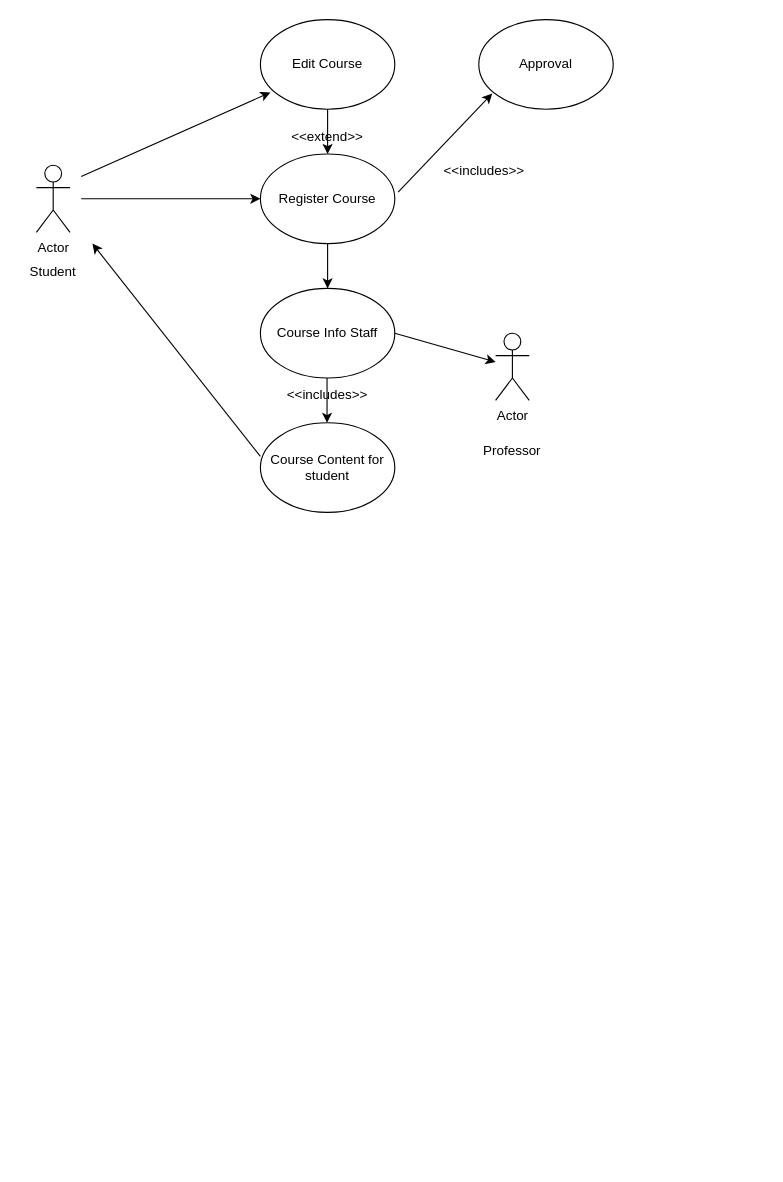
This is Untitled Diagram.drawio from adilelli/softwarereq, a draw.io file, before an edit. Source tidied: cells renumbered, new cells numbered last; positions are measured from the earlier drawing's top-left corner, leaving out a move shared by most shapes. Both pictures are drawn from the tidied source at 112%, with x=0, y=0 at pixel (19, 19).
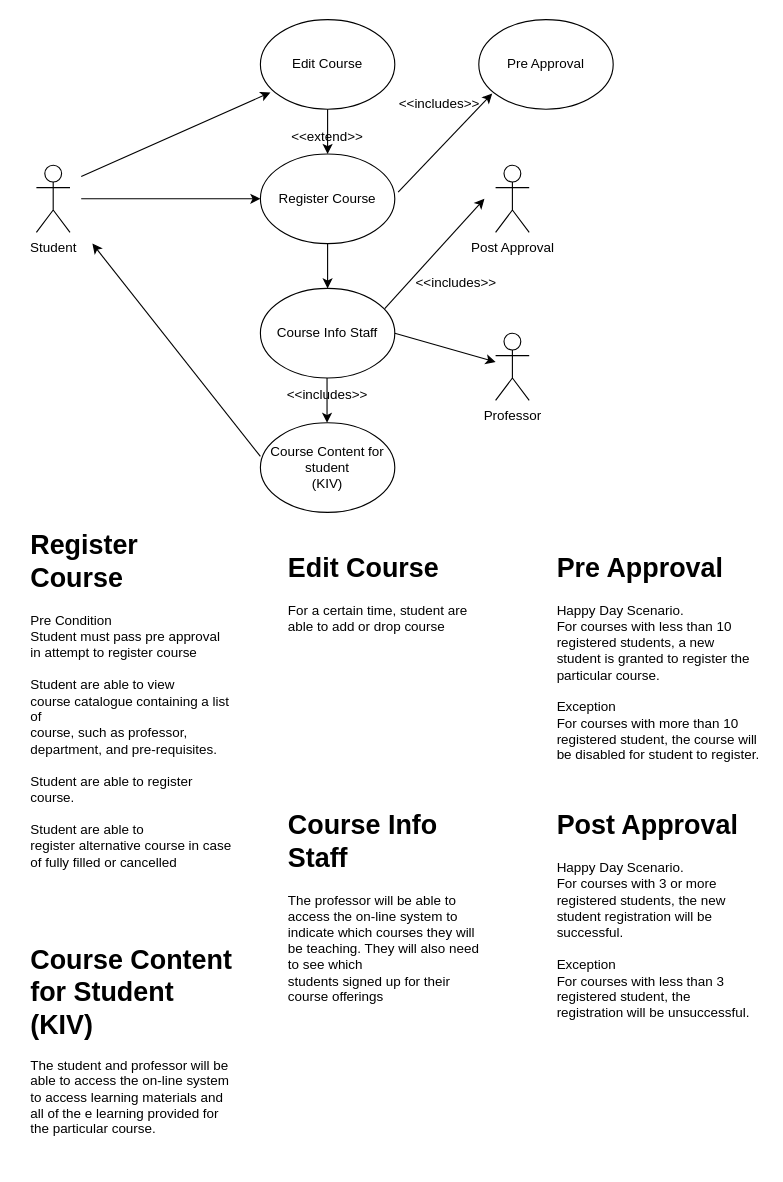
The same page after the edit.

What changed in the source:
```diff
@@
-    <mxCell id="2" value="Actor" style="shape=umlActor;verticalLabelPosition=bottom;verticalAlign=top;html=1;" parent="1" vertex="1">
+    <mxCell id="2" value="Student" style="shape=umlActor;verticalLabelPosition=bottom;verticalAlign=top;html=1;" parent="1" vertex="1">
       <mxGeometry x="15" y="130" width="30" height="60" as="geometry" />
     </mxCell>
@@
-    <mxCell id="5" value="Student" style="text;html=1;strokeColor=none;fillColor=none;align=center;verticalAlign=middle;whiteSpace=wrap;rounded=0;" parent="1" vertex="1">
-      <mxGeometry y="210" width="60" height="30" as="geometry" />
-    </mxCell>
-    <mxCell id="6" value="Actor" style="shape=umlActor;verticalLabelPosition=bottom;verticalAlign=top;html=1;outlineConnect=0;" parent="1" vertex="1">
+    <mxCell id="6" value="Professor" style="shape=umlActor;verticalLabelPosition=bottom;verticalAlign=top;html=1;outlineConnect=0;" parent="1" vertex="1">
       <mxGeometry x="425" y="280" width="30" height="60" as="geometry" />
     </mxCell>
-    <mxCell id="7" value="Professor" style="text;html=1;strokeColor=none;fillColor=none;align=center;verticalAlign=middle;whiteSpace=wrap;rounded=0;" parent="1" vertex="1">
-      <mxGeometry x="410" y="370" width="60" height="30" as="geometry" />
-    </mxCell>
@@
-    <mxCell id="12" value="Approval" style="ellipse;whiteSpace=wrap;html=1;" parent="1" vertex="1">
+    <mxCell id="12" value="Pre Approval" style="ellipse;whiteSpace=wrap;html=1;" parent="1" vertex="1">
       <mxGeometry x="410" width="120" height="80" as="geometry" />
     </mxCell>
@@
     <mxCell id="15" value="&amp;lt;&amp;lt;includes&amp;gt;&amp;gt;" style="text;html=1;strokeColor=none;fillColor=none;align=center;verticalAlign=middle;whiteSpace=wrap;rounded=0;" parent="1" vertex="1">
-      <mxGeometry x="385" y="120" width="60" height="30" as="geometry" />
+      <mxGeometry x="345" y="60" width="60" height="30" as="geometry" />
     </mxCell>
@@
-    <mxCell id="19" value="Course Content for student" style="ellipse;whiteSpace=wrap;html=1;" parent="1" vertex="1">
+    <mxCell id="19" value="Course Content for student&lt;br&gt;(KIV)" style="ellipse;whiteSpace=wrap;html=1;" parent="1" vertex="1">
       <mxGeometry x="215" y="360" width="120" height="80" as="geometry" />
     </mxCell>
@@
+    <mxCell id="22" value="&lt;h1&gt;Register Course&lt;br&gt;&lt;/h1&gt;&lt;div&gt;Pre Condition&lt;/div&gt;&lt;div&gt;Student must pass pre approval in attempt to register course&lt;/div&gt;&lt;div&gt;&lt;br&gt;&lt;/div&gt;&lt;div&gt;Student are able to view&lt;/div&gt;course catalogue containing a list of&lt;br&gt;course, such as professor, department, and pre-requisites.&lt;br&gt;&lt;br&gt;Student are able to register course.&lt;br&gt;&lt;br&gt;Student are able to register&amp;nbsp;alternative course in case of fully filled or cancelled&lt;br&gt;&amp;nbsp;" style="text;html=1;strokeColor=none;fillColor=none;spacing=5;spacingTop=-20;whiteSpace=wrap;overflow=hidden;rounded=0;" parent="1" vertex="1">
+      <mxGeometry x="5" y="450" width="190" height="320" as="geometry" />
+    </mxCell>
+    <mxCell id="23" value="&lt;h1&gt;Edit Course&lt;br&gt;&lt;/h1&gt;&lt;div&gt;For a certain time, student are able to add or drop course&lt;/div&gt;&lt;br&gt;&amp;nbsp;" style="text;html=1;strokeColor=none;fillColor=none;spacing=5;spacingTop=-20;whiteSpace=wrap;overflow=hidden;rounded=0;" parent="1" vertex="1">
+      <mxGeometry x="235" y="470" width="190" height="100" as="geometry" />
+    </mxCell>
+    <mxCell id="24" value="&lt;h1&gt;Pre Approval&lt;/h1&gt;&lt;div&gt;Happy Day Scenario.&lt;/div&gt;&lt;div&gt;For courses with less than 10 registered students, a new student is granted to register the particular course.&amp;nbsp;&lt;/div&gt;&lt;div&gt;&lt;br&gt;&lt;/div&gt;&lt;div&gt;Exception&lt;/div&gt;&lt;div&gt;For courses with more than 10 registered student, the course will be disabled for student to register.&lt;/div&gt;&lt;div&gt;&lt;br&gt;&lt;/div&gt;&lt;div&gt;&lt;br&gt;&lt;/div&gt;&lt;br&gt;&amp;nbsp;" style="text;html=1;strokeColor=none;fillColor=none;spacing=5;spacingTop=-20;whiteSpace=wrap;overflow=hidden;rounded=0;" parent="1" vertex="1">
+      <mxGeometry x="475" y="470" width="190" height="220" as="geometry" />
+    </mxCell>
+    <mxCell id="25" style="endArrow=classic;html=1;rounded=0;entryX=0;entryY=0.625;entryDx=0;entryDy=0;entryPerimeter=0;exitX=1.025;exitY=0.425;exitDx=0;exitDy=0;exitPerimeter=0;" parent="1" edge="1">
+      <mxGeometry relative="1" as="geometry">
+        <mxPoint x="326" y="258" as="sourcePoint" />
+        <mxPoint x="415" y="160" as="targetPoint" />
+      </mxGeometry>
+    </mxCell>
+    <mxCell id="26" value="&amp;lt;&amp;lt;includes&amp;gt;&amp;gt;" style="text;html=1;strokeColor=none;fillColor=none;align=center;verticalAlign=middle;whiteSpace=wrap;rounded=0;" parent="1" vertex="1">
+      <mxGeometry x="360" y="220" width="60" height="30" as="geometry" />
+    </mxCell>
+    <mxCell id="27" value="&lt;h1&gt;Post Approval&lt;/h1&gt;&lt;div&gt;Happy Day Scenario.&lt;/div&gt;&lt;div&gt;For courses with 3 or more registered students, the new student registration will be successful.&lt;/div&gt;&lt;div&gt;&lt;br&gt;&lt;/div&gt;&lt;div&gt;Exception&lt;/div&gt;&lt;div&gt;For courses with less than 3 registered student, the registration will be unsuccessful.&lt;/div&gt;&lt;div&gt;&lt;br&gt;&lt;/div&gt;&lt;div&gt;&lt;br&gt;&lt;/div&gt;&lt;br&gt;&amp;nbsp;" style="text;html=1;strokeColor=none;fillColor=none;spacing=5;spacingTop=-20;whiteSpace=wrap;overflow=hidden;rounded=0;" parent="1" vertex="1">
+      <mxGeometry x="475" y="700" width="190" height="220" as="geometry" />
+    </mxCell>
+    <mxCell id="28" value="&lt;h1&gt;Course Info Staff&lt;/h1&gt;The professor will be able to access the on-line system to&lt;br&gt;indicate which courses they will be teaching. They will also need to see which&lt;br&gt;students signed up for their course offerings&lt;div&gt;&lt;br&gt;&lt;/div&gt;&lt;div&gt;&lt;br&gt;&lt;/div&gt;&lt;div&gt;&lt;br&gt;&lt;/div&gt;&lt;div&gt;&lt;br&gt;&lt;/div&gt;&lt;br&gt;&amp;nbsp;" style="text;html=1;strokeColor=none;fillColor=none;spacing=5;spacingTop=-20;whiteSpace=wrap;overflow=hidden;rounded=0;" parent="1" vertex="1">
+      <mxGeometry x="235" y="700" width="190" height="200" as="geometry" />
+    </mxCell>
+    <mxCell id="29" value="&lt;h1&gt;&lt;/h1&gt;&lt;span style=&quot;font-size: 24px;&quot;&gt;&lt;b&gt;Course Content for Student (KIV)&lt;br&gt;&lt;/b&gt;&lt;/span&gt;&lt;br&gt;The student and professor will be able to access the on-line system to access learning materials and all of the e learning provided for the particular course.&lt;div&gt;&lt;br&gt;&lt;/div&gt;&lt;div&gt;&lt;br&gt;&lt;/div&gt;&lt;div&gt;&lt;br&gt;&lt;/div&gt;&lt;div&gt;&lt;br&gt;&lt;/div&gt;&lt;br&gt;&amp;nbsp;" style="text;html=1;strokeColor=none;fillColor=none;spacing=5;spacingTop=-20;whiteSpace=wrap;overflow=hidden;rounded=0;" parent="1" vertex="1">
+      <mxGeometry x="5" y="820" width="190" height="200" as="geometry" />
+    </mxCell>
+    <mxCell id="30" value="Post Approval" style="shape=umlActor;verticalLabelPosition=bottom;verticalAlign=top;html=1;" parent="1" vertex="1">
+      <mxGeometry x="425" y="130" width="30" height="60" as="geometry" />
+    </mxCell>
```
